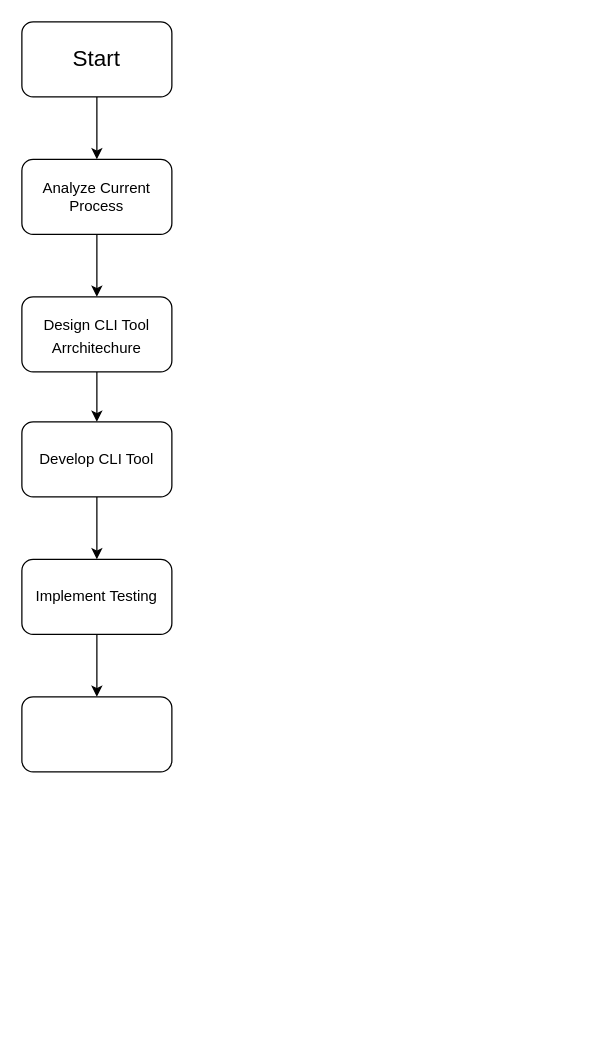
axif0/draw-io keeps this draw.io diagram as cbrain.drawio. Above is the earlier version. Source tidied: cells renumbered, new cells numbered last; positions are measured from the earlier drawing's top-left corner, leaving out a move shared by most shapes. Both pictures are drawn from the tidied source at 125%, with x=0, y=0 at pixel (21, 21).
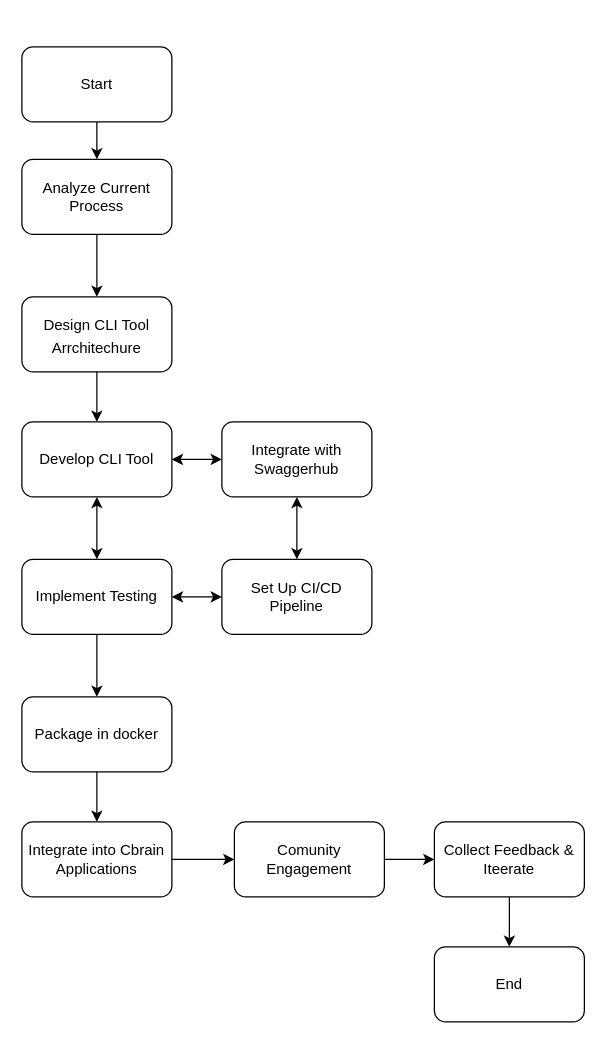
After the change.

Unchanged cells that the change refers to:
```xml
<mxCell id="9" value="Develop CLI Tool" style="rounded=1;whiteSpace=wrap;html=1;" parent="1" vertex="1">
  <mxGeometry y="320" width="120" height="60" as="geometry" />
</mxCell>
<mxCell id="11" value="Implement Testing" style="rounded=1;whiteSpace=wrap;html=1;" parent="1" vertex="1">
  <mxGeometry y="430" width="120" height="60" as="geometry" />
</mxCell>
```

What changed in the source:
```diff
@@
-    <mxCell id="3" value="&lt;font style=&quot;font-size: 18px;&quot;&gt;Start&lt;/font&gt;" style="rounded=1;whiteSpace=wrap;html=1;" parent="1" vertex="1">
-      <mxGeometry width="120" height="60" as="geometry" />
+    <mxCell id="3" value="&lt;font style=&quot;font-size: 12px;&quot;&gt;Start&lt;/font&gt;" style="rounded=1;whiteSpace=wrap;html=1;" parent="1" vertex="1">
+      <mxGeometry y="20" width="120" height="60" as="geometry" />
     </mxCell>
@@
-    <mxCell id="8" style="edgeStyle=orthogonalEdgeStyle;rounded=0;jettySize=auto;html=1;entryX=0.5;entryY=0;entryDx=0;entryDy=0;" parent="1" edge="1" source="9" target="11">
-      <mxGeometry relative="1" as="geometry" />
-    </mxCell>
@@
+    <mxCell id="13" style="edgeStyle=orthogonalEdgeStyle;rounded=0;jettySize=auto;html=1;entryX=0.5;entryY=0;entryDx=0;entryDy=0;" parent="1" edge="1" source="12" target="15">
+      <mxGeometry relative="1" as="geometry" />
+    </mxCell>
-    <mxCell id="12" style="rounded=1;whiteSpace=wrap;html=1;" parent="1" vertex="1">
+    <mxCell id="12" value="Package in docker" style="rounded=1;whiteSpace=wrap;html=1;" parent="1" vertex="1">
       <mxGeometry y="540" width="120" height="60" as="geometry" />
     </mxCell>
+    <mxCell id="14" style="edgeStyle=orthogonalEdgeStyle;rounded=0;jettySize=auto;html=1;entryX=0;entryY=0.5;entryDx=0;entryDy=0;" parent="1" edge="1" source="15" target="23">
+      <mxGeometry relative="1" as="geometry" />
+    </mxCell>
+    <mxCell id="15" value="Integrate into Cbrain&lt;div&gt;Applications&lt;/div&gt;" style="rounded=1;whiteSpace=wrap;html=1;" parent="1" vertex="1">
+      <mxGeometry y="640" width="120" height="60" as="geometry" />
+    </mxCell>
+    <mxCell id="16" value="Set Up CI/CD&lt;br&gt;Pipeline" style="rounded=1;whiteSpace=wrap;html=1;" parent="1" vertex="1">
+      <mxGeometry x="160" y="430" width="120" height="60" as="geometry" />
+    </mxCell>
+    <mxCell id="17" style="endArrow=classic;startArrow=classic;html=1;rounded=0;entryX=0;entryY=0.5;entryDx=0;entryDy=0;" parent="1" edge="1" target="16">
+      <mxGeometry relative="1" as="geometry">
+        <mxPoint x="120" y="460" as="sourcePoint" />
+      </mxGeometry>
+    </mxCell>
+    <mxCell id="18" value="&lt;font style=&quot;font-size: 12px;&quot;&gt;Integrate with Swaggerhub&lt;/font&gt;" style="rounded=1;whiteSpace=wrap;html=1;" parent="1" vertex="1">
+      <mxGeometry x="160" y="320" width="120" height="60" as="geometry" />
+    </mxCell>
+    <mxCell id="19" style="endArrow=classic;startArrow=classic;html=1;rounded=0;entryX=0;entryY=0.5;entryDx=0;entryDy=0;" parent="1" edge="1" target="18">
+      <mxGeometry relative="1" as="geometry">
+        <mxPoint x="120" y="350" as="sourcePoint" />
+      </mxGeometry>
+    </mxCell>
+    <mxCell id="20" style="endArrow=classic;startArrow=classic;html=1;rounded=0;entryX=0.5;entryY=1;entryDx=0;entryDy=0;" parent="1" edge="1" target="18">
+      <mxGeometry relative="1" as="geometry">
+        <mxPoint x="220" y="430" as="sourcePoint" />
+      </mxGeometry>
+    </mxCell>
+    <mxCell id="21" style="endArrow=classic;startArrow=classic;html=1;rounded=0;entryX=0.5;entryY=1;entryDx=0;entryDy=0;" parent="1" edge="1" target="9">
+      <mxGeometry relative="1" as="geometry">
+        <mxPoint x="60" y="430" as="sourcePoint" />
+      </mxGeometry>
+    </mxCell>
+    <mxCell id="22" style="edgeStyle=orthogonalEdgeStyle;rounded=0;jettySize=auto;html=1;entryX=0;entryY=0.5;entryDx=0;entryDy=0;" parent="1" edge="1" source="23" target="25">
+      <mxGeometry relative="1" as="geometry" />
+    </mxCell>
+    <mxCell id="23" value="Comunity Engagement" style="rounded=1;whiteSpace=wrap;html=1;" parent="1" vertex="1">
+      <mxGeometry x="170" y="640" width="120" height="60" as="geometry" />
+    </mxCell>
+    <mxCell id="24" style="edgeStyle=orthogonalEdgeStyle;rounded=0;jettySize=auto;html=1;entryX=0.5;entryY=0;entryDx=0;entryDy=0;" parent="1" edge="1" source="25" target="26">
+      <mxGeometry relative="1" as="geometry" />
+    </mxCell>
+    <mxCell id="25" value="Collect Feedback &amp;amp; Iteerate" style="rounded=1;whiteSpace=wrap;html=1;" parent="1" vertex="1">
+      <mxGeometry x="330" y="640" width="120" height="60" as="geometry" />
+    </mxCell>
+    <mxCell id="26" value="End" style="rounded=1;whiteSpace=wrap;html=1;" parent="1" vertex="1">
+      <mxGeometry x="330" y="740" width="120" height="60" as="geometry" />
+    </mxCell>
```
